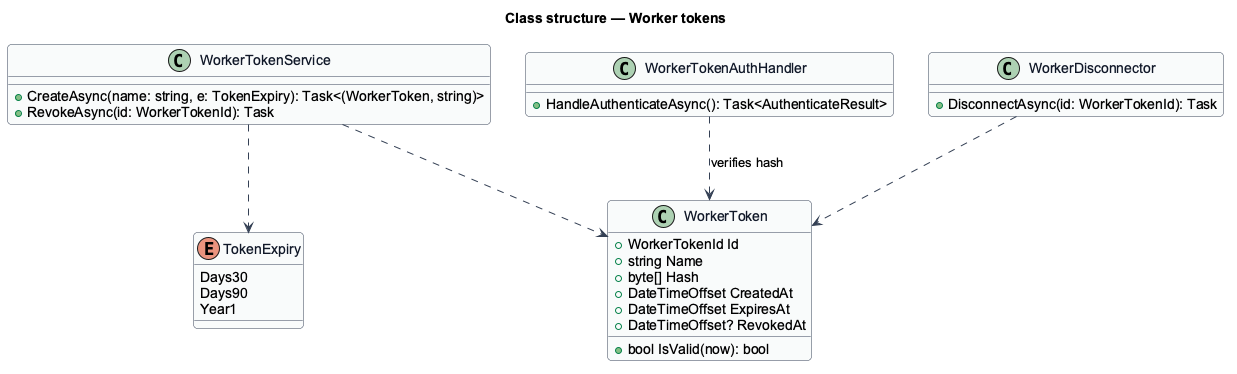
This is docs/detailed-designs/security/worker-tokens/diagrams/class-structure.png from QuinntyneBrown/hewn, a PlantUML export, as it was before one commit. Its diagram source:
```plantuml
@startuml
skinparam backgroundColor #FFFFFF
skinparam shadowing false
skinparam roundcorner 8
skinparam defaultFontName Arial
skinparam ArrowColor #344054
skinparam class {
  BorderColor #344054
  FontColor #101828
  BackgroundColor #F9FAFB
}
title Class structure — Worker tokens

class WorkerToken {
  +WorkerTokenId Id
  +string Name
  +byte[] Hash
  +DateTimeOffset CreatedAt
  +DateTimeOffset ExpiresAt
  +DateTimeOffset? RevokedAt
  +bool IsValid(now): bool
}
enum TokenExpiry {
  Days30
  Days90
  Year1
}
class WorkerTokenService {
  +CreateAsync(name: string, e: TokenExpiry): Task<(WorkerToken, string)>
  +RevokeAsync(id: WorkerTokenId): Task
}
class WorkerTokenAuthHandler {
  +HandleAuthenticateAsync(): Task<AuthenticateResult>
}
class WorkerDisconnector {
  +DisconnectAsync(id: WorkerTokenId): Task
}
WorkerTokenService ..> WorkerToken
WorkerTokenService ..> TokenExpiry
WorkerTokenAuthHandler ..> WorkerToken : verifies hash
WorkerDisconnector ..> WorkerToken
@enduml
```
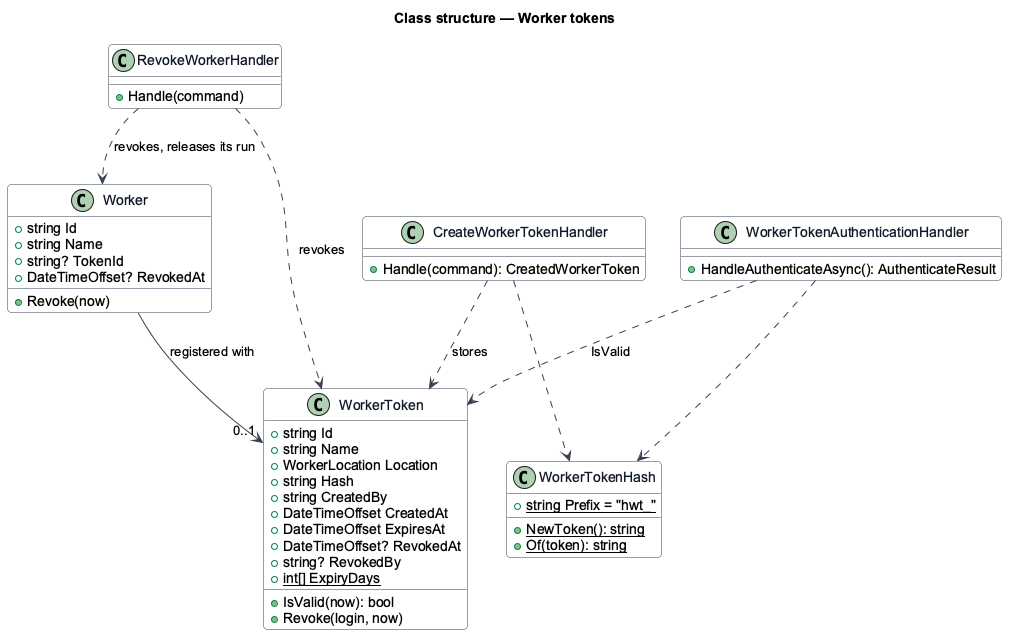
After the change.

What changed in the source:
```diff
@@ -12,31 +12,45 @@
 title Class structure — Worker tokens
 
 class WorkerToken {
-  +WorkerTokenId Id
+  +string Id
   +string Name
-  +byte[] Hash
+  +WorkerLocation Location
+  +string Hash
+  +string CreatedBy
   +DateTimeOffset CreatedAt
   +DateTimeOffset ExpiresAt
   +DateTimeOffset? RevokedAt
-  +bool IsValid(now): bool
+  +string? RevokedBy
+  +IsValid(now): bool
+  +Revoke(login, now)
+  {static} +int[] ExpiryDays
 }
-enum TokenExpiry {
-  Days30
-  Days90
-  Year1
+class Worker {
+  +string Id
+  +string Name
+  +string? TokenId
+  +DateTimeOffset? RevokedAt
+  +Revoke(now)
 }
-class WorkerTokenService {
-  +CreateAsync(name: string, e: TokenExpiry): Task<(WorkerToken, string)>
-  +RevokeAsync(id: WorkerTokenId): Task
+class WorkerTokenHash {
+  {static} +string Prefix = "hwt_"
+  {static} +NewToken(): string
+  {static} +Of(token): string
 }
-class WorkerTokenAuthHandler {
-  +HandleAuthenticateAsync(): Task<AuthenticateResult>
+class CreateWorkerTokenHandler {
+  +Handle(command): CreatedWorkerToken
 }
-class WorkerDisconnector {
-  +DisconnectAsync(id: WorkerTokenId): Task
+class RevokeWorkerHandler {
+  +Handle(command)
 }
-WorkerTokenService ..> WorkerToken
-WorkerTokenService ..> TokenExpiry
-WorkerTokenAuthHandler ..> WorkerToken : verifies hash
-WorkerDisconnector ..> WorkerToken
+class WorkerTokenAuthenticationHandler {
+  +HandleAuthenticateAsync(): AuthenticateResult
+}
+Worker --> "0..1" WorkerToken : registered with
+CreateWorkerTokenHandler ..> WorkerTokenHash
+CreateWorkerTokenHandler ..> WorkerToken : stores
+RevokeWorkerHandler ..> WorkerToken : revokes
+RevokeWorkerHandler ..> Worker : revokes, releases its run
+WorkerTokenAuthenticationHandler ..> WorkerTokenHash
+WorkerTokenAuthenticationHandler ..> WorkerToken : IsValid
 @enduml
```
